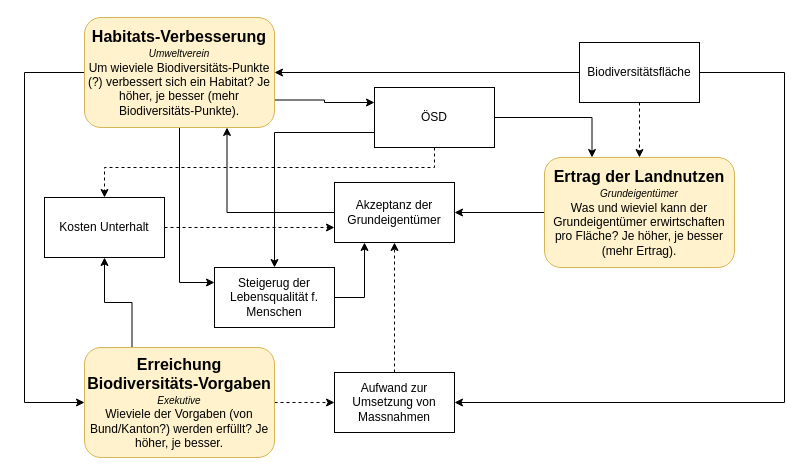
This is Simon_Biodiv_System.drawio from SimonZbinden/upl2, a draw.io file, before an edit. Source tidied: cells renumbered, new cells numbered last; positions are measured from the earlier drawing's top-left corner, leaving out a move shared by most shapes. Both pictures are drawn from the tidied source at 100%, with x=0, y=0 at pixel (24, 17).
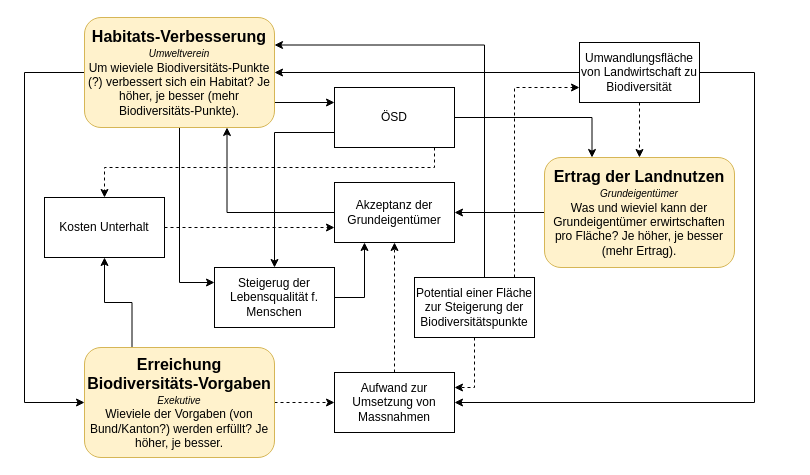
The same diagram, later.

The change refers to these unchanged cells:
```xml
<mxCell id="7" value="&lt;b&gt;&lt;font style=&quot;font-size: 16px;&quot;&gt;Habitats-Verbesserung&lt;/font&gt;&lt;/b&gt;&lt;div&gt;&lt;font size=&quot;1&quot;&gt;&lt;i&gt;Umweltverein&lt;/i&gt;&lt;/font&gt;&lt;br&gt;&lt;div&gt;Um wieviele Biodiversitäts-Punkte (?) verbessert sich ein Habitat? Je höher, je besser (mehr Biodiversitäts-Punkte).&lt;/div&gt;&lt;/div&gt;" style="rounded=1;whiteSpace=wrap;html=1;fillColor=#fff2cc;strokeColor=#d6b656;" parent="1" vertex="1">
  <mxGeometry x="60" width="190" height="110" as="geometry" />
</mxCell>
<mxCell id="18" value="Aufwand zur Umsetzung von Massnahmen" style="rounded=0;whiteSpace=wrap;html=1;" parent="1" vertex="1">
  <mxGeometry x="310" y="355" width="120" height="60" as="geometry" />
</mxCell>
```

Diff of the diagram source:
```diff
@@
-    <mxCell id="5" style="edgeStyle=orthogonalEdgeStyle;rounded=0;jettySize=auto;html=1;entryX=0;entryY=0.25;entryDx=0;entryDy=0;exitX=1;exitY=0.75;exitDx=0;exitDy=0;" parent="1" edge="1" source="7" target="22">
-      <mxGeometry relative="1" as="geometry" />
+    <mxCell id="5" style="edgeStyle=orthogonalEdgeStyle;rounded=0;jettySize=auto;html=1;entryX=0;entryY=0.25;entryDx=0;entryDy=0;exitX=0.992;exitY=0.836;exitDx=0;exitDy=0;exitPerimeter=0;" parent="1" edge="1" source="7" target="22">
+      <mxGeometry relative="1" as="geometry">
+        <Array as="points">
+          <mxPoint x="249" y="85" />
+        </Array>
+      </mxGeometry>
     </mxCell>
@@
     <mxCell id="13" style="edgeStyle=orthogonalEdgeStyle;rounded=0;jettySize=auto;html=1;entryX=1;entryY=0.5;entryDx=0;entryDy=0;exitX=1;exitY=0.5;exitDx=0;exitDy=0;" parent="1" edge="1" source="14" target="18">
       <mxGeometry relative="1" as="geometry">
         <Array as="points">
-          <mxPoint x="760" y="55" />
-          <mxPoint x="760" y="385" />
+          <mxPoint x="730" y="55" />
+          <mxPoint x="730" y="385" />
         </Array>
       </mxGeometry>
     </mxCell>
-    <mxCell id="14" value="Biodiversitätsfläche" style="rounded=0;whiteSpace=wrap;html=1;" parent="1" vertex="1">
+    <mxCell id="14" value="Umwandlungsfläche von Landwirtschaft zu Biodiversität" style="rounded=0;whiteSpace=wrap;html=1;" parent="1" vertex="1">
       <mxGeometry x="555" y="25" width="120" height="60" as="geometry" />
     </mxCell>
@@
     <mxCell id="22" value="ÖSD" style="rounded=0;whiteSpace=wrap;html=1;" parent="1" vertex="1">
-      <mxGeometry x="350" y="70" width="120" height="60" as="geometry" />
+      <mxGeometry x="310" y="70" width="120" height="60" as="geometry" />
     </mxCell>
@@
+    <mxCell id="27" style="edgeStyle=orthogonalEdgeStyle;rounded=0;jettySize=auto;html=1;entryX=0;entryY=0.75;entryDx=0;entryDy=0;dashed=1;" parent="1" edge="1" source="30" target="14">
+      <mxGeometry relative="1" as="geometry">
+        <Array as="points">
+          <mxPoint x="490" y="70" />
+        </Array>
+      </mxGeometry>
+    </mxCell>
+    <mxCell id="28" style="edgeStyle=orthogonalEdgeStyle;rounded=0;jettySize=auto;html=1;entryX=1;entryY=0.25;entryDx=0;entryDy=0;" parent="1" edge="1" source="30" target="7">
+      <mxGeometry relative="1" as="geometry">
+        <Array as="points">
+          <mxPoint x="460" y="28" />
+        </Array>
+      </mxGeometry>
+    </mxCell>
+    <mxCell id="29" style="edgeStyle=orthogonalEdgeStyle;rounded=0;jettySize=auto;html=1;entryX=1;entryY=0.25;entryDx=0;entryDy=0;dashed=1;" parent="1" edge="1" source="30" target="18">
+      <mxGeometry relative="1" as="geometry" />
+    </mxCell>
+    <mxCell id="30" value="Potential einer Fläche zur Steigerung der Biodiversitätspunkte" style="rounded=0;whiteSpace=wrap;html=1;" parent="1" vertex="1">
+      <mxGeometry x="390" y="260" width="120" height="60" as="geometry" />
+    </mxCell>
```
